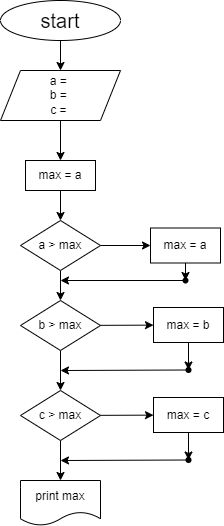
Before: Exersize002/diagram.drawio.png, a diagram exported from draw.io (YuVasilya/Home_work_1). Source tidied: cells renumbered, new cells last; positions are measured from the earlier drawing's top-left corner, leaving out a move shared by most shapes. The source it was exported from:
```xml
<mxGraphModel>
  <root>
    <mxCell id="0" />
    <mxCell id="1" parent="0" />
    <mxCell id="2" style="edgeStyle=none;html=1;fontSize=20;" parent="1" edge="1" source="3" target="5">
      <mxGeometry relative="1" as="geometry" />
    </mxCell>
    <mxCell id="3" value="&lt;font style=&quot;font-size: 20px&quot;&gt;start&lt;/font&gt;" style="ellipse;whiteSpace=wrap;html=1;" parent="1" vertex="1">
      <mxGeometry width="120" height="40" as="geometry" />
    </mxCell>
    <mxCell id="4" style="edgeStyle=none;html=1;fontSize=20;" parent="1" edge="1" source="5" target="7">
      <mxGeometry relative="1" as="geometry" />
    </mxCell>
    <mxCell id="5" value="a =&amp;nbsp;&lt;br&gt;b =&amp;nbsp;&lt;br&gt;c =&amp;nbsp;" style="shape=parallelogram;perimeter=parallelogramPerimeter;whiteSpace=wrap;html=1;fixedSize=1;" parent="1" vertex="1">
      <mxGeometry y="70" width="120" height="50" as="geometry" />
    </mxCell>
    <mxCell id="6" style="edgeStyle=none;html=1;fontSize=20;" parent="1" edge="1" source="7" target="10">
      <mxGeometry relative="1" as="geometry" />
    </mxCell>
    <mxCell id="7" value="max = a" style="whiteSpace=wrap;html=1;" parent="1" vertex="1">
      <mxGeometry x="25" y="160" width="70" height="30" as="geometry" />
    </mxCell>
    <mxCell id="8" style="edgeStyle=none;html=1;fontSize=20;" parent="1" edge="1" source="10" target="13">
      <mxGeometry relative="1" as="geometry" />
    </mxCell>
    <mxCell id="9" style="edgeStyle=none;html=1;fontSize=20;" parent="1" edge="1" source="10" target="19">
      <mxGeometry relative="1" as="geometry" />
    </mxCell>
    <mxCell id="10" value="a &amp;gt; max" style="rhombus;whiteSpace=wrap;html=1;" parent="1" vertex="1">
      <mxGeometry x="20" y="220" width="80" height="50" as="geometry" />
    </mxCell>
    <mxCell id="11" style="edgeStyle=none;html=1;fontSize=20;" parent="1" edge="1" source="13" target="16">
      <mxGeometry relative="1" as="geometry" />
    </mxCell>
    <mxCell id="12" style="edgeStyle=none;html=1;fontSize=20;" parent="1" edge="1" source="13" target="23">
      <mxGeometry relative="1" as="geometry" />
    </mxCell>
    <mxCell id="13" value="b &amp;gt; max" style="rhombus;whiteSpace=wrap;html=1;" parent="1" vertex="1">
      <mxGeometry x="20" y="300" width="80" height="50" as="geometry" />
    </mxCell>
    <mxCell id="14" style="edgeStyle=none;html=1;fontSize=20;" parent="1" edge="1" source="16" target="17">
      <mxGeometry relative="1" as="geometry" />
    </mxCell>
    <mxCell id="15" style="edgeStyle=none;html=1;fontSize=20;" parent="1" edge="1" source="16" target="27">
      <mxGeometry relative="1" as="geometry" />
    </mxCell>
    <mxCell id="16" value="c &amp;gt; max" style="rhombus;whiteSpace=wrap;html=1;" parent="1" vertex="1">
      <mxGeometry x="20" y="390" width="80" height="50" as="geometry" />
    </mxCell>
    <mxCell id="17" value="print max" style="shape=document;whiteSpace=wrap;html=1;boundedLbl=1;" parent="1" vertex="1">
      <mxGeometry x="20" y="480" width="80" height="45" as="geometry" />
    </mxCell>
    <mxCell id="18" style="edgeStyle=none;html=1;fontSize=20;" parent="1" edge="1" source="19" target="21">
      <mxGeometry relative="1" as="geometry" />
    </mxCell>
    <mxCell id="19" value="max = a" style="whiteSpace=wrap;html=1;" parent="1" vertex="1">
      <mxGeometry x="150" y="227.5" width="70" height="35" as="geometry" />
    </mxCell>
    <mxCell id="20" style="edgeStyle=none;html=1;fontSize=20;" parent="1" edge="1" source="21">
      <mxGeometry relative="1" as="geometry">
        <mxPoint x="60" y="280" as="targetPoint" />
      </mxGeometry>
    </mxCell>
    <mxCell id="21" style="shape=waypoint;sketch=0;size=6;points=[];fillColor=default;perimeter=centerPerimeter;snapToPoint=1;" parent="1" vertex="1">
      <mxGeometry x="165" y="260" width="40" height="40" as="geometry" />
    </mxCell>
    <mxCell id="22" style="edgeStyle=none;html=1;fontSize=20;" parent="1" edge="1" source="23" target="25">
      <mxGeometry relative="1" as="geometry" />
    </mxCell>
    <mxCell id="23" value="max = b" style="whiteSpace=wrap;html=1;" parent="1" vertex="1">
      <mxGeometry x="153" y="307" width="70" height="35" as="geometry" />
    </mxCell>
    <mxCell id="24" style="edgeStyle=none;html=1;fontSize=20;" parent="1" edge="1" source="25">
      <mxGeometry relative="1" as="geometry">
        <mxPoint x="60" y="370" as="targetPoint" />
      </mxGeometry>
    </mxCell>
    <mxCell id="25" style="shape=waypoint;sketch=0;size=6;points=[];fillColor=default;perimeter=centerPerimeter;snapToPoint=1;" parent="1" vertex="1">
      <mxGeometry x="168" y="349.5" width="40" height="40" as="geometry" />
    </mxCell>
    <mxCell id="26" style="edgeStyle=none;html=1;fontSize=20;" parent="1" edge="1" source="27" target="29">
      <mxGeometry relative="1" as="geometry" />
    </mxCell>
    <mxCell id="27" value="max = c" style="whiteSpace=wrap;html=1;" parent="1" vertex="1">
      <mxGeometry x="153" y="397" width="70" height="35" as="geometry" />
    </mxCell>
    <mxCell id="28" style="edgeStyle=none;html=1;fontSize=20;" parent="1" edge="1" source="29">
      <mxGeometry relative="1" as="geometry">
        <mxPoint x="60" y="460" as="targetPoint" />
      </mxGeometry>
    </mxCell>
    <mxCell id="29" style="shape=waypoint;sketch=0;size=6;points=[];fillColor=default;perimeter=centerPerimeter;snapToPoint=1;" parent="1" vertex="1">
      <mxGeometry x="168" y="439.5" width="40" height="40" as="geometry" />
    </mxCell>
  </root>
</mxGraphModel>
```
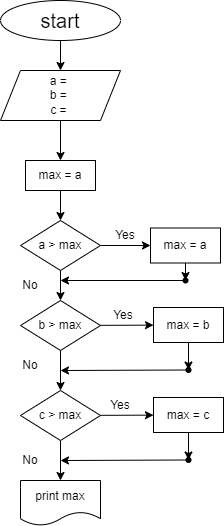
The same file after the commit.

Change to the diagram source:
```diff
@@ -92,5 +92,23 @@
     <mxCell id="29" style="shape=waypoint;sketch=0;size=6;points=[];fillColor=default;perimeter=centerPerimeter;snapToPoint=1;" parent="1" vertex="1">
       <mxGeometry x="168" y="439.5" width="40" height="40" as="geometry" />
     </mxCell>
+    <mxCell id="30" value="Yes" style="text;html=1;strokeColor=none;fillColor=none;align=center;verticalAlign=middle;whiteSpace=wrap;rounded=0;" parent="1" vertex="1">
+      <mxGeometry x="95" y="220" width="60" height="30" as="geometry" />
+    </mxCell>
+    <mxCell id="31" value="Yes" style="text;html=1;strokeColor=none;fillColor=none;align=center;verticalAlign=middle;whiteSpace=wrap;rounded=0;" parent="1" vertex="1">
+      <mxGeometry x="93" y="300" width="60" height="30" as="geometry" />
+    </mxCell>
+    <mxCell id="32" value="Yes" style="text;html=1;strokeColor=none;fillColor=none;align=center;verticalAlign=middle;whiteSpace=wrap;rounded=0;" parent="1" vertex="1">
+      <mxGeometry x="90" y="390" width="60" height="30" as="geometry" />
+    </mxCell>
+    <mxCell id="33" value="No" style="text;html=1;strokeColor=none;fillColor=none;align=center;verticalAlign=middle;whiteSpace=wrap;rounded=0;" parent="1" vertex="1">
+      <mxGeometry y="270" width="60" height="30" as="geometry" />
+    </mxCell>
+    <mxCell id="34" value="No" style="text;html=1;strokeColor=none;fillColor=none;align=center;verticalAlign=middle;whiteSpace=wrap;rounded=0;" parent="1" vertex="1">
+      <mxGeometry y="350" width="60" height="30" as="geometry" />
+    </mxCell>
+    <mxCell id="35" value="No" style="text;html=1;strokeColor=none;fillColor=none;align=center;verticalAlign=middle;whiteSpace=wrap;rounded=0;" parent="1" vertex="1">
+      <mxGeometry y="444.5" width="60" height="30" as="geometry" />
+    </mxCell>
   </root>
 </mxGraphModel>
```
